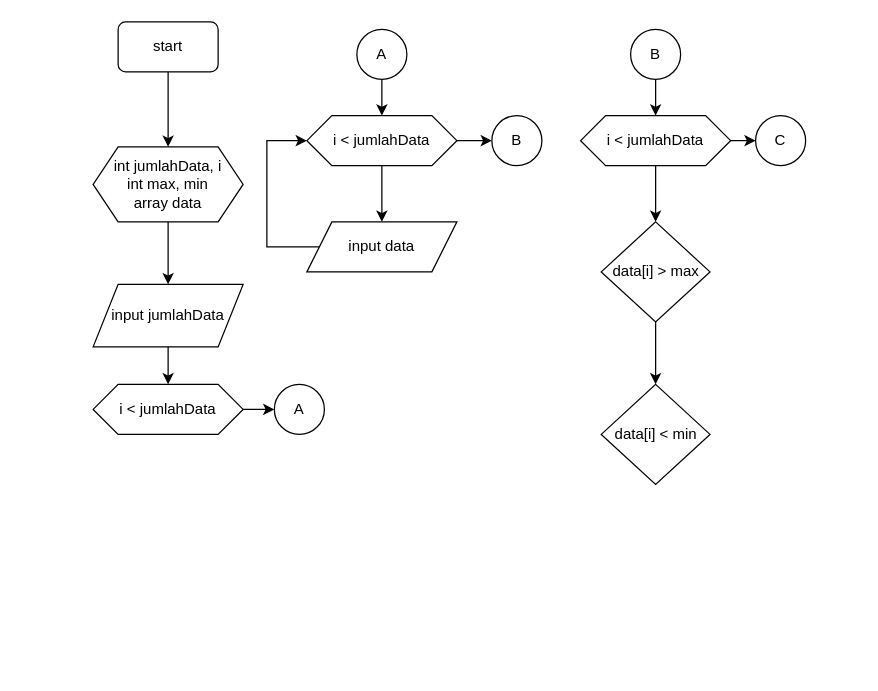
Before: page "Praktikum 11" (10 of 10) of ifMajemuk.drawio in rizalfadhlan/rizalfadhlan, a draw.io diagram. Source tidied: cells renumbered, new cells numbered last; positions are measured from the earlier drawing's top-left corner, leaving out a move shared by most shapes. Both pictures are drawn from the tidied source at 125%, with x=0, y=0 at pixel (92, 21).
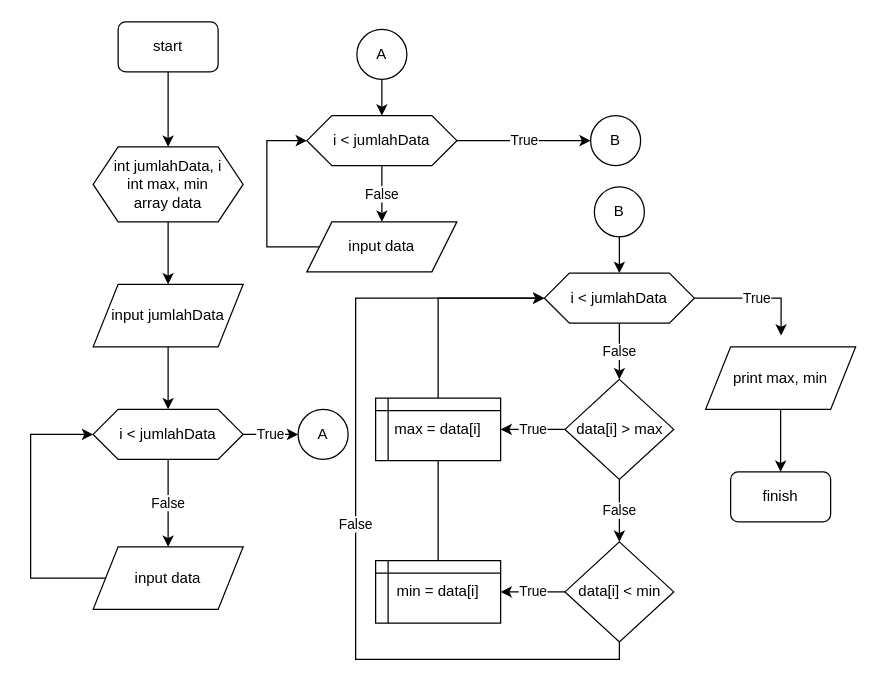
The same diagram, later.

The change refers to these unchanged cells:
```xml
<mxCell id="15" value="i &amp;lt; jumlahData" style="shape=hexagon;perimeter=hexagonPerimeter2;whiteSpace=wrap;html=1;fixedSize=1;" parent="1" vertex="1">
  <mxGeometry x="171" y="75" width="120" height="40" as="geometry" />
</mxCell>
<mxCell id="21" value="input data" style="shape=parallelogram;perimeter=parallelogramPerimeter;whiteSpace=wrap;html=1;fixedSize=1;" parent="1" vertex="1">
  <mxGeometry x="171" y="160" width="120" height="40" as="geometry" />
</mxCell>
```

The edit, as a diff of the source:
```diff
@@
-    <mxCell id="8" style="edgeStyle=orthogonalEdgeStyle;rounded=0;jettySize=auto;html=1;" parent="1" edge="1" source="9" target="10">
+    <mxCell id="8" value="True" style="edgeStyle=orthogonalEdgeStyle;rounded=0;jettySize=auto;html=1;" parent="1" edge="1" source="9" target="10">
       <mxGeometry relative="1" as="geometry" />
     </mxCell>
+    <mxCell id="28" value="False" style="edgeStyle=orthogonalEdgeStyle;rounded=0;jettySize=auto;html=1;" parent="1" edge="1" source="9" target="37">
+      <mxGeometry relative="1" as="geometry" />
+    </mxCell>
     <mxCell id="9" value="i &amp;lt; jumlahData" style="shape=hexagon;perimeter=hexagonPerimeter2;whiteSpace=wrap;html=1;fixedSize=1;" parent="1" vertex="1">
-      <mxGeometry y="290" width="120" height="40" as="geometry" />
+      <mxGeometry y="310" width="120" height="40" as="geometry" />
     </mxCell>
     <mxCell id="10" value="A" style="ellipse;whiteSpace=wrap;html=1;" parent="1" vertex="1">
-      <mxGeometry x="145" y="290" width="40" height="40" as="geometry" />
+      <mxGeometry x="164" y="310" width="40" height="40" as="geometry" />
     </mxCell>
@@
-    <mxCell id="13" style="edgeStyle=orthogonalEdgeStyle;rounded=0;jettySize=auto;html=1;" parent="1" edge="1" source="15" target="19">
+    <mxCell id="13" value="True" style="edgeStyle=orthogonalEdgeStyle;rounded=0;jettySize=auto;html=1;" parent="1" edge="1" source="15" target="19">
       <mxGeometry relative="1" as="geometry" />
     </mxCell>
-    <mxCell id="14" style="edgeStyle=orthogonalEdgeStyle;rounded=0;jettySize=auto;html=1;" parent="1" edge="1" source="15" target="21">
+    <mxCell id="14" value="False" style="edgeStyle=orthogonalEdgeStyle;rounded=0;jettySize=auto;html=1;" parent="1" edge="1" source="15" target="21">
       <mxGeometry relative="1" as="geometry" />
     </mxCell>
@@
-    <mxCell id="16" style="edgeStyle=orthogonalEdgeStyle;rounded=0;jettySize=auto;html=1;" parent="1" edge="1" source="17" target="18">
+    <mxCell id="16" value="False" style="edgeStyle=orthogonalEdgeStyle;rounded=0;jettySize=auto;html=1;" parent="1" edge="1" source="17" target="18">
       <mxGeometry relative="1" as="geometry" />
     </mxCell>
+    <mxCell id="29" value="True" style="edgeStyle=orthogonalEdgeStyle;rounded=0;jettySize=auto;html=1;" parent="1" edge="1" source="17" target="33">
+      <mxGeometry relative="1" as="geometry" />
+    </mxCell>
     <mxCell id="17" value="data[i] &amp;gt; max" style="rhombus;whiteSpace=wrap;html=1;" parent="1" vertex="1">
-      <mxGeometry x="406.5" y="160" width="87" height="80" as="geometry" />
+      <mxGeometry x="377.5" y="286" width="87" height="80" as="geometry" />
     </mxCell>
+    <mxCell id="30" value="True" style="edgeStyle=orthogonalEdgeStyle;rounded=0;jettySize=auto;html=1;" parent="1" edge="1" source="18" target="35">
+      <mxGeometry relative="1" as="geometry" />
+    </mxCell>
+    <mxCell id="31" value="False" style="edgeStyle=orthogonalEdgeStyle;rounded=0;jettySize=auto;html=1;entryX=0;entryY=0.5;entryDx=0;entryDy=0;" parent="1" edge="1" source="18" target="26">
+      <mxGeometry relative="1" as="geometry">
+        <Array as="points">
+          <mxPoint x="421" y="510" />
+          <mxPoint x="210" y="510" />
+          <mxPoint x="210" y="221" />
+        </Array>
+      </mxGeometry>
+    </mxCell>
     <mxCell id="18" value="data[i] &amp;lt; min" style="rhombus;whiteSpace=wrap;html=1;" parent="1" vertex="1">
-      <mxGeometry x="406.5" y="290" width="87" height="80" as="geometry" />
+      <mxGeometry x="377.5" y="416" width="87" height="80" as="geometry" />
     </mxCell>
     <mxCell id="19" value="B" style="ellipse;whiteSpace=wrap;html=1;" parent="1" vertex="1">
-      <mxGeometry x="319" y="75" width="40" height="40" as="geometry" />
+      <mxGeometry x="398" y="75" width="40" height="40" as="geometry" />
     </mxCell>
@@
     <mxCell id="23" value="B" style="ellipse;whiteSpace=wrap;html=1;" parent="1" vertex="1">
-      <mxGeometry x="430" y="6" width="40" height="40" as="geometry" />
+      <mxGeometry x="401" y="132" width="40" height="40" as="geometry" />
     </mxCell>
-    <mxCell id="24" style="edgeStyle=orthogonalEdgeStyle;rounded=0;jettySize=auto;html=1;" parent="1" edge="1" source="26" target="17">
+    <mxCell id="24" value="False" style="edgeStyle=orthogonalEdgeStyle;rounded=0;jettySize=auto;html=1;" parent="1" edge="1" source="26" target="17">
       <mxGeometry relative="1" as="geometry" />
     </mxCell>
-    <mxCell id="25" style="edgeStyle=orthogonalEdgeStyle;rounded=0;jettySize=auto;html=1;exitX=1;exitY=0.5;exitDx=0;exitDy=0;entryX=0;entryY=0.5;entryDx=0;entryDy=0;" parent="1" edge="1" source="26" target="27">
+    <mxCell id="25" value="True" style="edgeStyle=orthogonalEdgeStyle;rounded=0;jettySize=auto;html=1;exitX=1;exitY=0.5;exitDx=0;exitDy=0;entryX=0.503;entryY=-0.18;entryDx=0;entryDy=0;entryPerimeter=0;" parent="1" edge="1" source="26" target="39">
       <mxGeometry relative="1" as="geometry" />
     </mxCell>
     <mxCell id="26" value="i &amp;lt; jumlahData" style="shape=hexagon;perimeter=hexagonPerimeter2;whiteSpace=wrap;html=1;fixedSize=1;" parent="1" vertex="1">
-      <mxGeometry x="390" y="75" width="120" height="40" as="geometry" />
+      <mxGeometry x="361" y="201" width="120" height="40" as="geometry" />
     </mxCell>
-    <mxCell id="27" value="C" style="ellipse;whiteSpace=wrap;html=1;" parent="1" vertex="1">
-      <mxGeometry x="530" y="75" width="40" height="40" as="geometry" />
-    </mxCell>
+    <mxCell id="32" style="edgeStyle=orthogonalEdgeStyle;rounded=0;jettySize=auto;html=1;exitX=0.5;exitY=0;exitDx=0;exitDy=0;entryX=0;entryY=0.5;entryDx=0;entryDy=0;" parent="1" edge="1" source="33" target="26">
+      <mxGeometry relative="1" as="geometry" />
+    </mxCell>
+    <mxCell id="33" value="max = data[i]" style="shape=internalStorage;whiteSpace=wrap;html=1;backgroundOutline=1;dx=10;dy=10;" parent="1" vertex="1">
+      <mxGeometry x="226" y="301" width="100" height="50" as="geometry" />
+    </mxCell>
+    <mxCell id="34" style="edgeStyle=orthogonalEdgeStyle;rounded=0;jettySize=auto;html=1;endArrow=none;endFill=0;" parent="1" edge="1" source="35" target="33">
+      <mxGeometry relative="1" as="geometry" />
+    </mxCell>
+    <mxCell id="35" value="min = data[i]" style="shape=internalStorage;whiteSpace=wrap;html=1;backgroundOutline=1;dx=10;dy=10;" parent="1" vertex="1">
+      <mxGeometry x="226" y="431" width="100" height="50" as="geometry" />
+    </mxCell>
+    <mxCell id="36" style="edgeStyle=orthogonalEdgeStyle;rounded=0;jettySize=auto;html=1;exitX=0;exitY=0.5;exitDx=0;exitDy=0;entryX=0;entryY=0.5;entryDx=0;entryDy=0;" parent="1" edge="1" source="37" target="9">
+      <mxGeometry relative="1" as="geometry">
+        <Array as="points">
+          <mxPoint x="-50" y="445" />
+          <mxPoint x="-50" y="330" />
+        </Array>
+      </mxGeometry>
+    </mxCell>
+    <mxCell id="37" value="input data" style="shape=parallelogram;perimeter=parallelogramPerimeter;whiteSpace=wrap;html=1;fixedSize=1;" parent="1" vertex="1">
+      <mxGeometry y="420" width="120" height="50" as="geometry" />
+    </mxCell>
+    <mxCell id="38" style="edgeStyle=orthogonalEdgeStyle;rounded=0;jettySize=auto;html=1;" parent="1" edge="1" source="39" target="40">
+      <mxGeometry relative="1" as="geometry" />
+    </mxCell>
+    <mxCell id="39" value="print max, min" style="shape=parallelogram;perimeter=parallelogramPerimeter;whiteSpace=wrap;html=1;fixedSize=1;" parent="1" vertex="1">
+      <mxGeometry x="490" y="260" width="120" height="50" as="geometry" />
+    </mxCell>
+    <mxCell id="40" value="finish" style="rounded=1;whiteSpace=wrap;html=1;" parent="1" vertex="1">
+      <mxGeometry x="510" y="360" width="80" height="40" as="geometry" />
+    </mxCell>
```
